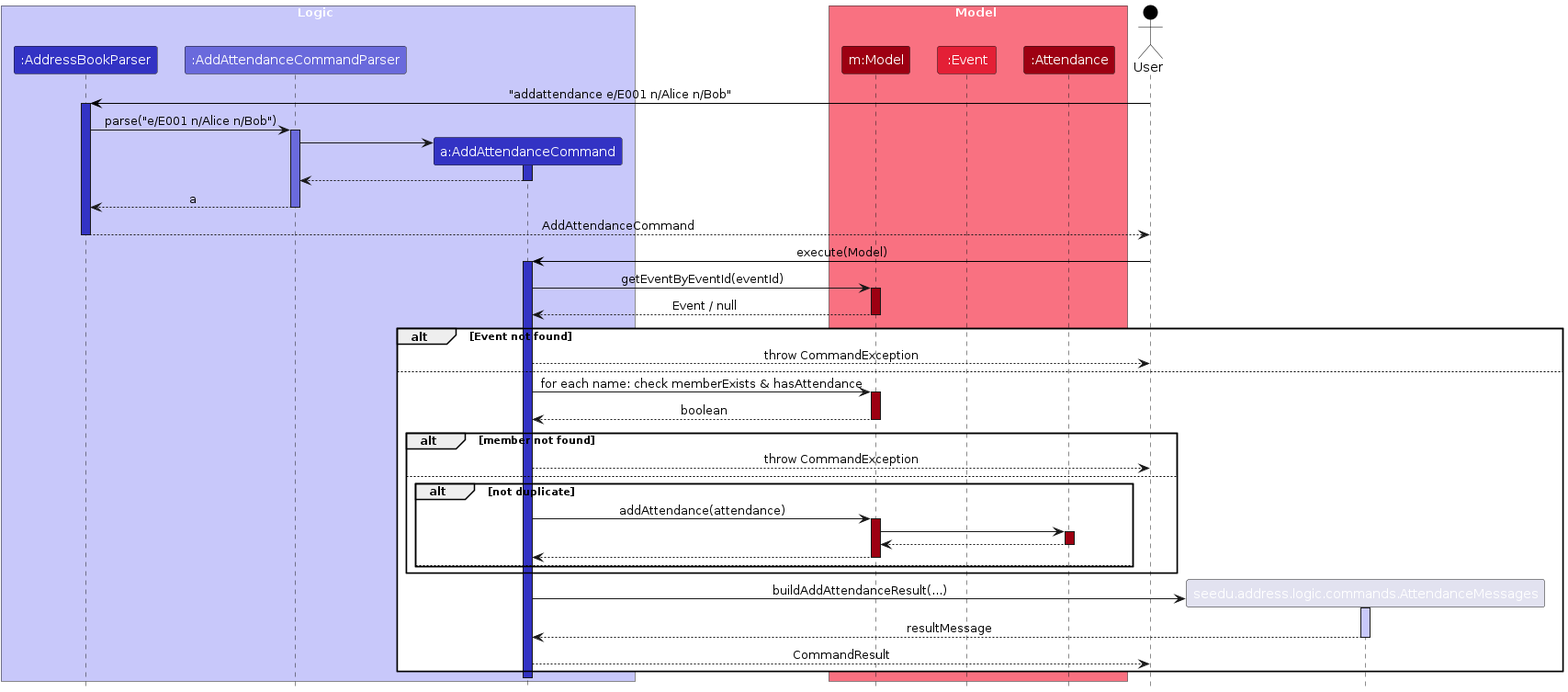
The PlantUML diagram diagrams/AttendanceSequenceDiagram.png in AY2526S1-CS2103T-T10-3/tp, before a commit. Its source is kept beside it as diagrams/AttendanceSequenceDiagram.puml.
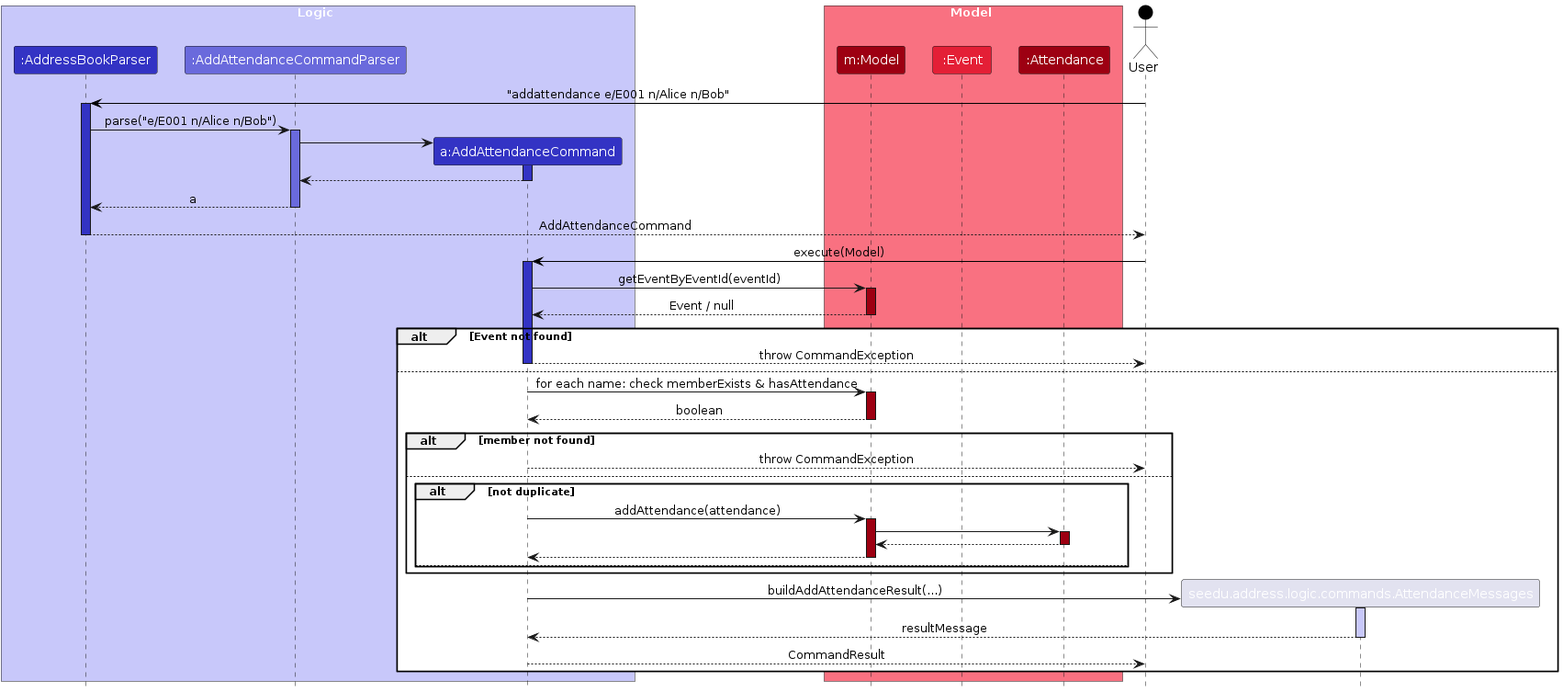
After the commit.

The edit, as a diff of the source:
```diff
@@ -45,6 +45,7 @@
 
 alt Event not found
     AddAttendanceCommand --> User : throw CommandException
+    deactivate AddAttendanceCommand
 else
     AddAttendanceCommand -> Model : for each name: check memberExists & hasAttendance
     activate Model MODEL_COLOR
@@ -53,6 +54,7 @@
 
     alt member not found
         AddAttendanceCommand --> User : throw CommandException
+        deactivate AddAttendanceCommand
     else
         alt not duplicate
             AddAttendanceCommand -> Model : addAttendance(attendance)
@@ -71,10 +73,10 @@
     create seedu.address.logic.commands.AttendanceMessages as Messages
     AddAttendanceCommand -> Messages : buildAddAttendanceResult(...)
     activate Messages LOGIC_COLOR_T1
-    Messages --> AddAttendanceCommand : resultMessage
-    deactivate Messages
+   Messages --> AddAttendanceCommand : resultMessage
+   deactivate Messages
 
     AddAttendanceCommand --> User : CommandResult
+    deactivate AddAttendanceCommand
 end
-deactivate AddAttendanceCommand
 @enduml
```
